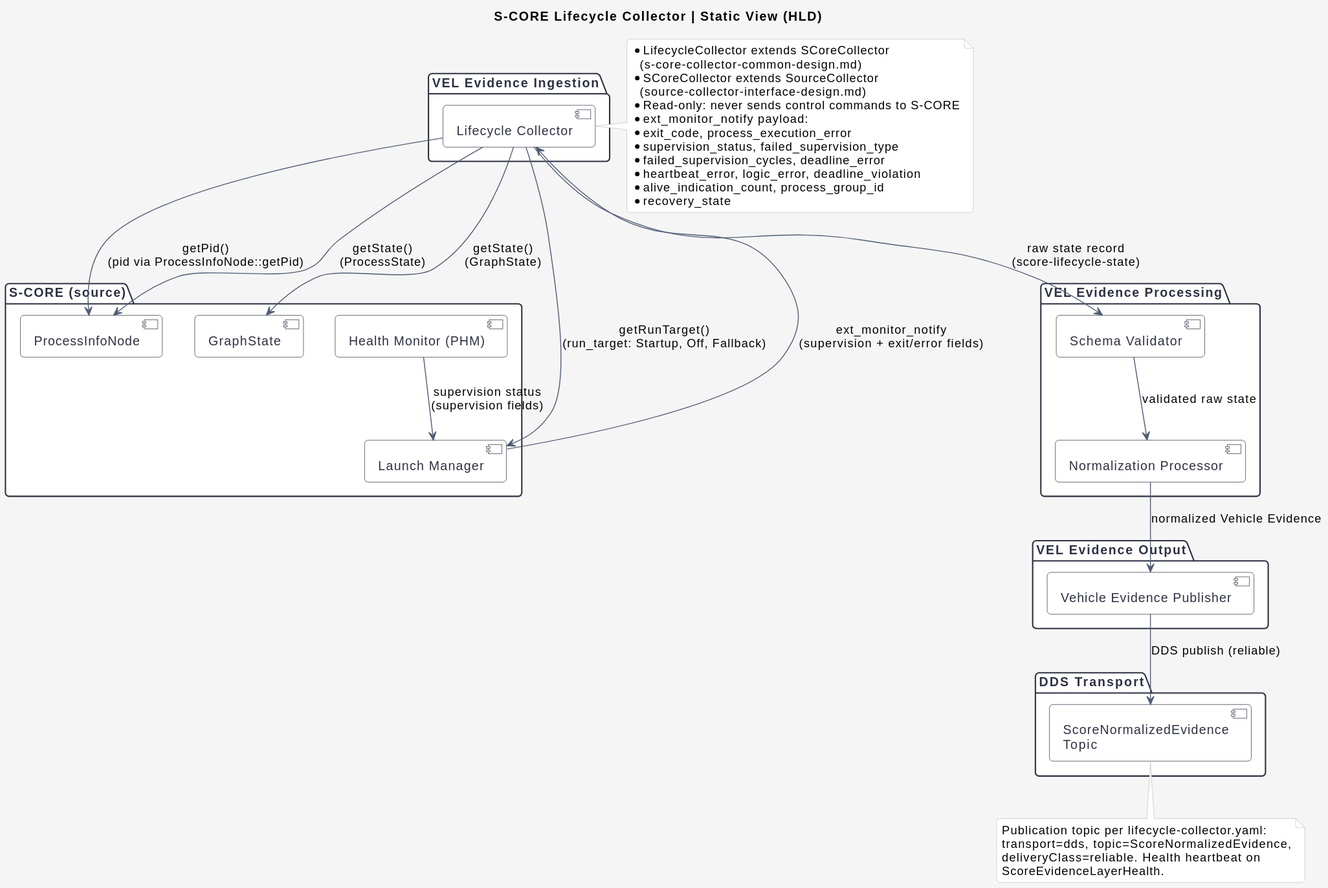
Before: docs/features/assets/lifecycle/Lifecycle_collector_static_view.svg, a diagram exported from PlantUML (akshayg0314/vel). The source it was exported from:
```plantuml
@startuml
title S-CORE Lifecycle Collector | Static View (HLD)
skinparam backgroundColor #F5F5F5
skinparam shadowing false
skinparam roundCorner 8
skinparam ArrowColor #4F5D75
skinparam componentBorderColor #2D3142
skinparam componentBackgroundColor #FFFFFF
skinparam componentFontColor #2D3142
skinparam packageBorderColor #2D3142
skinparam packageBackgroundColor #FFFFFF
skinparam packageFontColor #2D3142
skinparam noteBackgroundColor #FFFFFF
skinparam noteBorderColor #BFC0C0

package "S-CORE (source)" {
  component "Launch Manager" as LM
  component "Health Monitor (PHM)" as HM
  component "ProcessInfoNode" as PIN
  component "GraphState" as GS
}

package "VEL Evidence Ingestion" {
  component "Lifecycle Collector" as Collector
}

package "VEL Evidence Processing" {
  component "Schema Validator" as Validator
  component "Normalization Processor" as Normalizer
}

package "VEL Evidence Output" {
  component "Vehicle Evidence Publisher" as Publisher
}

package "DDS Transport" {
  component "ScoreNormalizedEvidence\nTopic" as Topic
}

HM --> LM : supervision status\n(supervision fields)
LM --> Collector : ext_monitor_notify\n(supervision + exit/error fields)
Collector --> PIN : getPid()\n(pid via ProcessInfoNode::getPid)
Collector --> PIN : getState()\n(ProcessState)
Collector --> GS : getState()\n(GraphState)
Collector --> LM : getRunTarget()\n(run_target: Startup, Off, Fallback)

Collector --> Validator : raw state record\n(score-lifecycle-state)
Validator --> Normalizer : validated raw state
Normalizer --> Publisher : normalized Vehicle Evidence
Publisher --> Topic : DDS publish (reliable)

note right of Collector
  * LifecycleCollector extends SCoreCollector
    (s-core-collector-common-design.md)
  * SCoreCollector extends SourceCollector
    (source-collector-interface-design.md)
  * Read-only: never sends control commands to S-CORE
  * ext_monitor_notify payload:
  * exit_code, process_execution_error
  * supervision_status, failed_supervision_type
  * failed_supervision_cycles, deadline_error
  * heartbeat_error, logic_error, deadline_violation
  * alive_indication_count, process_group_id
  * recovery_state
end note

note bottom of Topic
  Publication topic per lifecycle-collector.yaml:
  transport=dds, topic=ScoreNormalizedEvidence,
  deliveryClass=reliable. Health heartbeat on
  ScoreEvidenceLayerHealth.
end note
@enduml
```
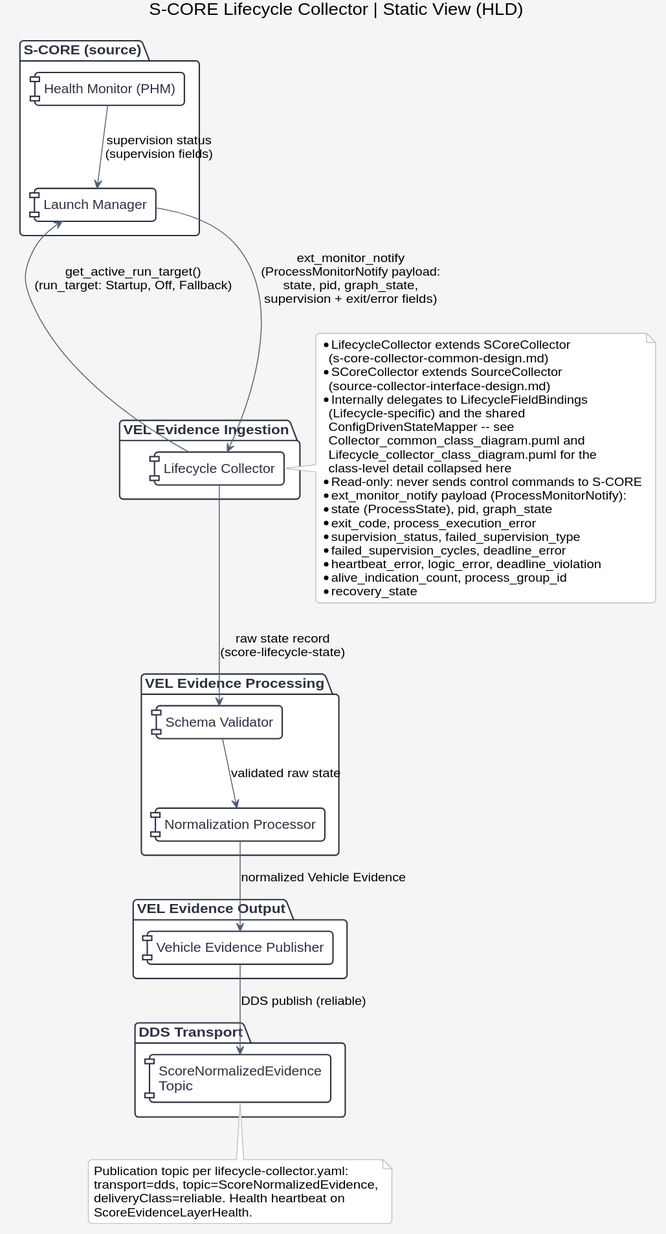
The same file after the commit.

What changed in the source:
```diff
@@ -16,8 +16,6 @@
 package "S-CORE (source)" {
   component "Launch Manager" as LM
   component "Health Monitor (PHM)" as HM
-  component "ProcessInfoNode" as PIN
-  component "GraphState" as GS
 }
 
 package "VEL Evidence Ingestion" {
@@ -38,11 +36,8 @@
 }
 
 HM --> LM : supervision status\n(supervision fields)
-LM --> Collector : ext_monitor_notify\n(supervision + exit/error fields)
-Collector --> PIN : getPid()\n(pid via ProcessInfoNode::getPid)
-Collector --> PIN : getState()\n(ProcessState)
-Collector --> GS : getState()\n(GraphState)
-Collector --> LM : getRunTarget()\n(run_target: Startup, Off, Fallback)
+LM --> Collector : ext_monitor_notify\n(ProcessMonitorNotify payload:\nstate, pid, graph_state,\nsupervision + exit/error fields)
+Collector --> LM : get_active_run_target()\n(run_target: Startup, Off, Fallback)
 
 Collector --> Validator : raw state record\n(score-lifecycle-state)
 Validator --> Normalizer : validated raw state
@@ -54,8 +49,15 @@
     (s-core-collector-common-design.md)
   * SCoreCollector extends SourceCollector
     (source-collector-interface-design.md)
+  * Internally delegates to LifecycleFieldBindings
+    (Lifecycle-specific) and the shared
+    ConfigDrivenStateMapper -- see
+    Collector_common_class_diagram.puml and
+    Lifecycle_collector_class_diagram.puml for the
+    class-level detail collapsed here
   * Read-only: never sends control commands to S-CORE
-  * ext_monitor_notify payload:
+  * ext_monitor_notify payload (ProcessMonitorNotify):
+  * state (ProcessState), pid, graph_state
   * exit_code, process_execution_error
   * supervision_status, failed_supervision_type
   * failed_supervision_cycles, deadline_error
@@ -70,4 +72,5 @@
   deliveryClass=reliable. Health heartbeat on
   ScoreEvidenceLayerHealth.
 end note
+
 @enduml
```
